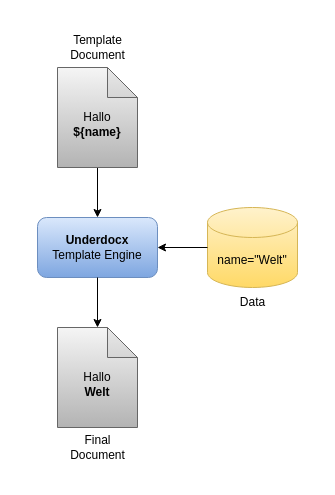
The draw.io diagram doc/images/sources/templateengine_simple2.drawio in Khraahn/underdocx, before the edit. Source tidied: cells renumbered, new cells numbered last; positions are measured from the earlier drawing's top-left corner, leaving out a move shared by most shapes. Both pictures are drawn from the tidied source at 100%, with x=0, y=0 at pixel (37, 27).
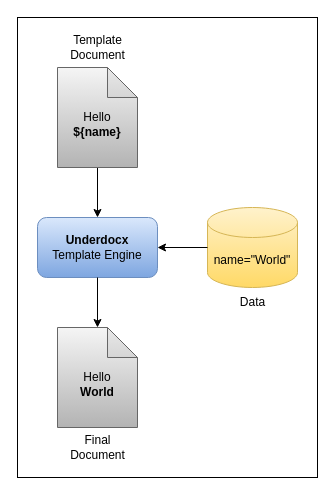
After the change.

The edit, as a diff of the source:
```diff
@@
 <mxGraphModel>
   <root>
     <mxCell id="0" />
     <mxCell id="1" parent="0" />
+    <mxCell id="12" style="rounded=0;whiteSpace=wrap;html=1;" parent="1" vertex="1">
+      <mxGeometry x="-20" y="-10" width="300" height="460" as="geometry" />
+    </mxCell>
     <mxCell id="2" style="edgeStyle=orthogonalEdgeStyle;rounded=0;jettySize=auto;html=1;entryX=0.5;entryY=0;entryDx=0;entryDy=0;" parent="1" edge="1" source="3" target="5">
       <mxGeometry relative="1" as="geometry" />
     </mxCell>
-    <mxCell id="3" value="&lt;div&gt;&lt;br&gt;&lt;/div&gt;&lt;div&gt;Hallo&lt;/div&gt;&lt;b&gt;${name}&lt;/b&gt;" style="shape=note;whiteSpace=wrap;html=1;backgroundOutline=1;darkOpacity=0.05;fillColor=#f5f5f5;strokeColor=#666666;gradientColor=#b3b3b3;" parent="1" vertex="1">
+    <mxCell id="3" value="&lt;div&gt;&lt;br&gt;&lt;/div&gt;&lt;div&gt;Hello&lt;/div&gt;&lt;b&gt;${name}&lt;/b&gt;" style="shape=note;whiteSpace=wrap;html=1;backgroundOutline=1;darkOpacity=0.05;fillColor=#f5f5f5;strokeColor=#666666;gradientColor=#b3b3b3;" parent="1" vertex="1">
       <mxGeometry x="20" y="40" width="80" height="100" as="geometry" />
     </mxCell>
     <mxCell id="4" value="Template&lt;div&gt;Document&lt;/div&gt;" style="text;html=1;align=center;verticalAlign=middle;strokeColor=none;fillColor=none;" parent="1" vertex="1">
       <mxGeometry x="20" width="80" height="40" as="geometry" />
     </mxCell>
     <mxCell id="5" value="&lt;b&gt;Underdocx&lt;/b&gt;&lt;div&gt;Template Engine&lt;/div&gt;" style="rounded=1;whiteSpace=wrap;html=1;fillColor=#dae8fc;strokeColor=#6c8ebf;gradientColor=#7ea6e0;" parent="1" vertex="1">
       <mxGeometry y="190" width="120" height="60" as="geometry" />
     </mxCell>
-    <mxCell id="6" value="name=&quot;Welt&quot;" style="shape=cylinder3;whiteSpace=wrap;html=1;boundedLbl=1;backgroundOutline=1;size=15;fillColor=#fff2cc;strokeColor=#d6b656;gradientColor=#ffd966;" parent="1" vertex="1">
+    <mxCell id="6" value="name=&quot;World&quot;" style="shape=cylinder3;whiteSpace=wrap;html=1;boundedLbl=1;backgroundOutline=1;size=15;fillColor=#fff2cc;strokeColor=#d6b656;gradientColor=#ffd966;" parent="1" vertex="1">
       <mxGeometry x="170" y="180" width="90" height="80" as="geometry" />
     </mxCell>
     <mxCell id="7" style="endArrow=classic;html=1;rounded=0;exitX=0;exitY=0.5;exitDx=0;exitDy=0;exitPerimeter=0;entryX=1;entryY=0.5;entryDx=0;entryDy=0;" parent="1" edge="1" source="6" target="5">
       <mxGeometry relative="1" as="geometry" />
     </mxCell>
-    <mxCell id="8" value="&lt;div&gt;&lt;br&gt;&lt;/div&gt;Hallo&lt;br&gt;&lt;b&gt;Welt&lt;/b&gt;" style="shape=note;whiteSpace=wrap;html=1;backgroundOutline=1;darkOpacity=0.05;fillColor=#f5f5f5;strokeColor=#666666;gradientColor=#b3b3b3;" parent="1" vertex="1">
+    <mxCell id="8" value="&lt;div&gt;&lt;br&gt;&lt;/div&gt;Hello&lt;br&gt;&lt;b&gt;World&lt;/b&gt;" style="shape=note;whiteSpace=wrap;html=1;backgroundOutline=1;darkOpacity=0.05;fillColor=#f5f5f5;strokeColor=#666666;gradientColor=#b3b3b3;" parent="1" vertex="1">
       <mxGeometry x="20" y="300" width="80" height="100" as="geometry" />
     </mxCell>
     <mxCell id="9" value="Data" style="text;html=1;align=center;verticalAlign=middle;strokeColor=none;fillColor=none;" parent="1" vertex="1">
       <mxGeometry x="190" y="260" width="50" height="30" as="geometry" />
     </mxCell>
     <mxCell id="10" value="Final&lt;br&gt;Document" style="text;html=1;align=center;verticalAlign=middle;strokeColor=none;fillColor=none;" parent="1" vertex="1">
       <mxGeometry x="20" y="400" width="80" height="40" as="geometry" />
     </mxCell>
     <mxCell id="11" style="edgeStyle=orthogonalEdgeStyle;rounded=0;jettySize=auto;html=1;entryX=0.5;entryY=0;entryDx=0;entryDy=0;entryPerimeter=0;" parent="1" edge="1" source="5" target="8">
       <mxGeometry relative="1" as="geometry" />
     </mxCell>
   </root>
 </mxGraphModel>
```
